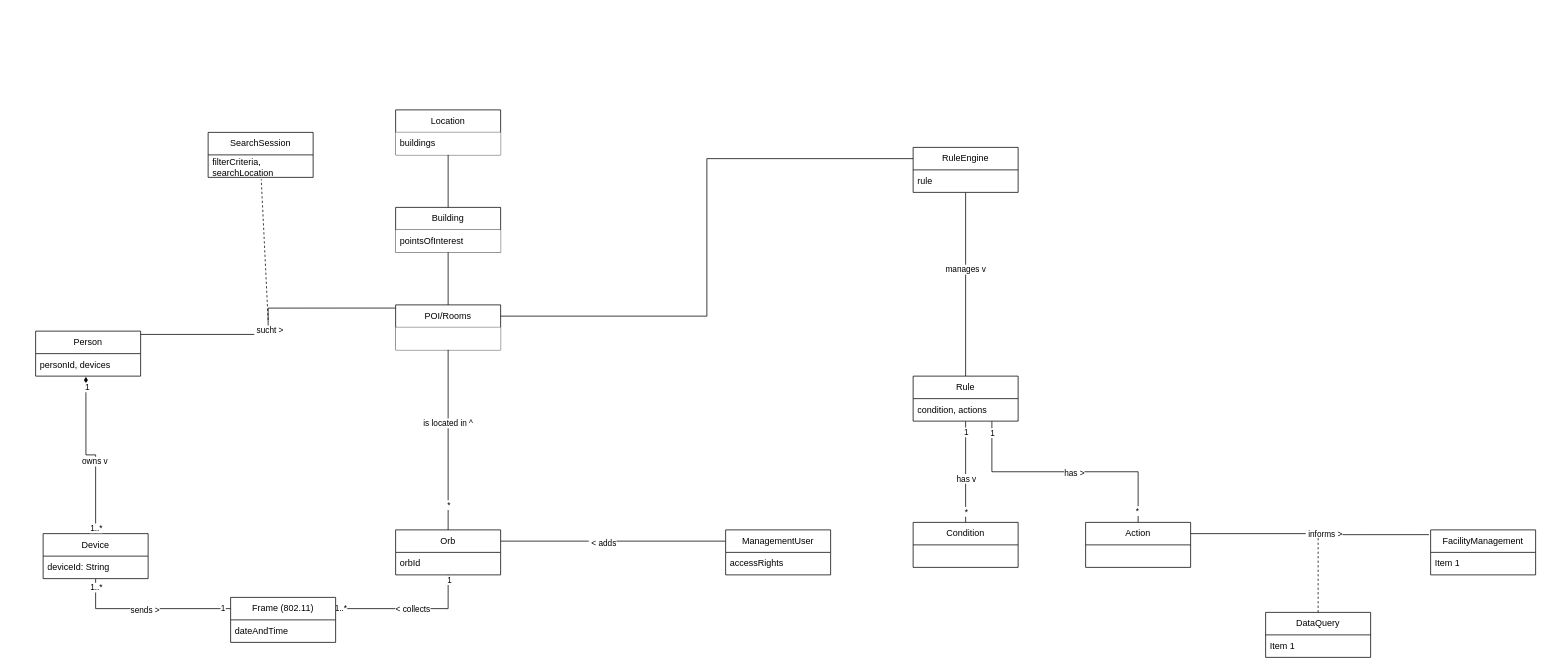
The draw.io diagram PM3_domain_model.drawio in phyllomenous/PM3_DomainModel, before the edit. Source tidied: cells renumbered, new cells numbered last; positions are measured from the earlier drawing's top-left corner, leaving out a move shared by most shapes. Both pictures are drawn from the tidied source at 75%, with x=0, y=0 at pixel (35, 110).
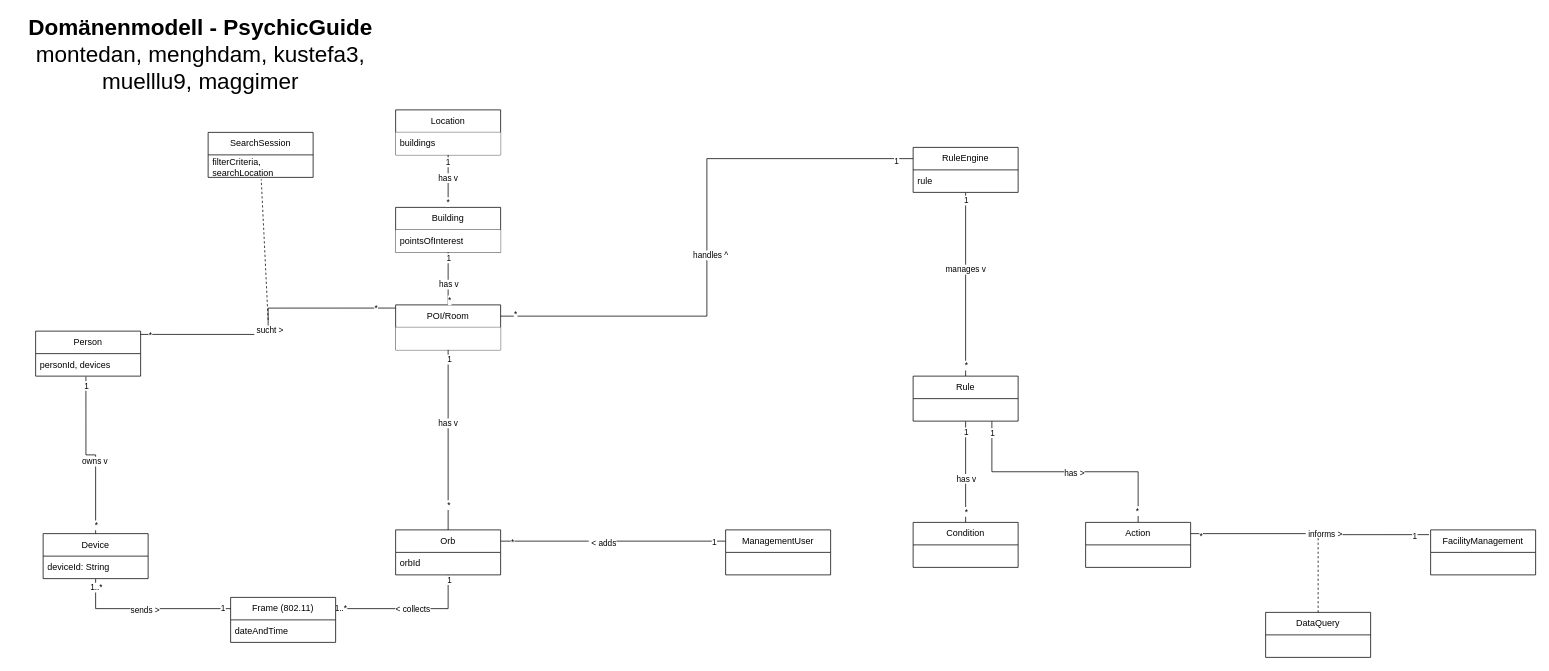
Above is the later version.

Unchanged cells that the change refers to:
```xml
<mxCell id="2" style="edgeStyle=orthogonalEdgeStyle;rounded=0;jettySize=auto;html=1;exitX=0;exitY=0.25;exitDx=0;exitDy=0;entryX=1;entryY=0.25;entryDx=0;entryDy=0;endArrow=none;endFill=0;" parent="1" edge="1" source="40" target="16">
  <mxGeometry relative="1" as="geometry" />
</mxCell>
<mxCell id="4" style="edgeStyle=orthogonalEdgeStyle;rounded=0;jettySize=auto;html=1;exitX=0.993;exitY=0.073;exitDx=0;exitDy=0;entryX=0.001;entryY=0.071;entryDx=0;entryDy=0;entryPerimeter=0;endArrow=none;endFill=0;exitPerimeter=0;" parent="1" edge="1" source="28" target="10">
  <mxGeometry relative="1" as="geometry" />
</mxCell>
<mxCell id="18" style="edgeStyle=orthogonalEdgeStyle;rounded=0;jettySize=auto;html=1;exitX=0.5;exitY=0;exitDx=0;exitDy=0;endArrow=none;endFill=0;" parent="1" edge="1" source="8" target="6">
  <mxGeometry relative="1" as="geometry" />
</mxCell>
<mxCell id="19" style="edgeStyle=orthogonalEdgeStyle;rounded=0;jettySize=auto;html=1;exitX=0.5;exitY=0;exitDx=0;exitDy=0;endArrow=none;endFill=0;" parent="1" edge="1" source="10" target="8">
  <mxGeometry relative="1" as="geometry" />
</mxCell>
<mxCell id="20" style="edgeStyle=orthogonalEdgeStyle;rounded=0;jettySize=auto;html=1;exitX=0.5;exitY=0;exitDx=0;exitDy=0;endArrow=none;endFill=0;" parent="1" edge="1" source="16" target="10">
  <mxGeometry relative="1" as="geometry" />
</mxCell>
<mxCell id="29" value="personId, devices" style="text;strokeColor=none;fillColor=none;align=left;verticalAlign=middle;spacingLeft=4;spacingRight=4;overflow=hidden;points=[[0,0.5],[1,0.5]];portConstraint=eastwest;whiteSpace=wrap;html=1;" parent="28" vertex="1">
  <mxGeometry y="30" width="140" height="30" as="geometry" />
</mxCell>
<mxCell id="34" value="Device" style="swimlane;fontStyle=0;horizontal=1;startSize=30;whiteSpace=wrap;html=1;swimlaneFillColor=default;" parent="1" vertex="1">
  <mxGeometry x="10" y="565" width="140" height="60" as="geometry" />
</mxCell>
<mxCell id="40" value="ManagementUser" style="swimlane;fontStyle=0;horizontal=1;startSize=30;whiteSpace=wrap;html=1;swimlaneFillColor=default;" parent="1" vertex="1">
  <mxGeometry x="920" y="560" width="140" height="60" as="geometry" />
</mxCell>
<mxCell id="42" style="edgeStyle=orthogonalEdgeStyle;rounded=0;jettySize=auto;html=1;exitX=0.5;exitY=1;exitDx=0;exitDy=0;entryX=0.5;entryY=0;entryDx=0;entryDy=0;endArrow=none;endFill=0;" parent="1" edge="1" source="46" target="56">
  <mxGeometry relative="1" as="geometry" />
</mxCell>
<mxCell id="44" style="edgeStyle=orthogonalEdgeStyle;rounded=0;jettySize=auto;html=1;exitX=1;exitY=0.25;exitDx=0;exitDy=0;entryX=-0.015;entryY=0.106;entryDx=0;entryDy=0;entryPerimeter=0;endArrow=none;endFill=0;" parent="1" edge="1" source="65" target="58">
  <mxGeometry relative="1" as="geometry" />
</mxCell>
<mxCell id="56" value="Rule" style="swimlane;fontStyle=0;horizontal=1;startSize=30;whiteSpace=wrap;html=1;swimlaneFillColor=default;" parent="1" vertex="1">
  <mxGeometry x="1170" y="355" width="140" height="60" as="geometry" />
</mxCell>
<mxCell id="58" value="FacilityManagement" style="swimlane;fontStyle=0;horizontal=1;startSize=30;whiteSpace=wrap;html=1;swimlaneFillColor=default;" parent="1" vertex="1">
  <mxGeometry x="1860" y="560" width="140" height="60" as="geometry" />
</mxCell>
<mxCell id="60" value="DataQuery" style="swimlane;fontStyle=0;horizontal=1;startSize=30;whiteSpace=wrap;html=1;swimlaneFillColor=default;" parent="1" vertex="1">
  <mxGeometry x="1640" y="670" width="140" height="60" as="geometry" />
</mxCell>
<mxCell id="63" style="edgeStyle=orthogonalEdgeStyle;rounded=0;jettySize=auto;html=1;exitX=1;exitY=0.25;exitDx=0;exitDy=0;entryX=0;entryY=0.25;entryDx=0;entryDy=0;endArrow=none;endFill=0;" parent="1" edge="1" source="10" target="46">
  <mxGeometry relative="1" as="geometry" />
</mxCell>
```

Diff of the diagram source:
```diff
@@
+    <mxCell id="66" value="*" style="edgeLabel;html=1;align=center;verticalAlign=middle;" parent="2" vertex="1">
+      <mxGeometry x="0.9" relative="1" as="geometry" />
+    </mxCell>
+    <mxCell id="67" value="1" style="edgeLabel;html=1;align=center;verticalAlign=middle;" parent="2" vertex="1">
+      <mxGeometry x="-0.89" relative="1" as="geometry" />
+    </mxCell>
@@
+    <mxCell id="68" value="*" style="edgeLabel;html=1;align=center;verticalAlign=middle;" parent="4" vertex="1">
+      <mxGeometry x="0.86" relative="1" as="geometry" />
+    </mxCell>
+    <mxCell id="69" value="*" style="edgeLabel;html=1;align=center;verticalAlign=middle;" parent="4" vertex="1">
+      <mxGeometry x="-0.93" y="-1" relative="1" as="geometry" />
+    </mxCell>
@@
-    <mxCell id="10" value="POI/Rooms" style="swimlane;fontStyle=0;horizontal=1;startSize=30;whiteSpace=wrap;html=1;swimlaneFillColor=default;" parent="1" vertex="1">
+    <mxCell id="10" value="POI/Room" style="swimlane;fontStyle=0;horizontal=1;startSize=30;whiteSpace=wrap;html=1;swimlaneFillColor=default;" parent="1" vertex="1">
       <mxGeometry x="480" y="260" width="140" height="60" as="geometry" />
     </mxCell>
@@
+    <mxCell id="70" value="has v" style="edgeLabel;html=1;align=center;verticalAlign=middle;" parent="18" vertex="1">
+      <mxGeometry x="0.14" y="1" relative="1" as="geometry" />
+    </mxCell>
+    <mxCell id="71" value="*" style="edgeLabel;html=1;align=center;verticalAlign=middle;" parent="18" vertex="1">
+      <mxGeometry x="-0.78" y="1" relative="1" as="geometry" />
+    </mxCell>
+    <mxCell id="72" value="1" style="edgeLabel;html=1;align=center;verticalAlign=middle;" parent="18" vertex="1">
+      <mxGeometry x="0.75" y="1" relative="1" as="geometry" />
+    </mxCell>
@@
+    <mxCell id="73" value="has v" style="edgeLabel;html=1;align=center;verticalAlign=middle;" parent="19" vertex="1">
+      <mxGeometry x="-0.19" relative="1" as="geometry" />
+    </mxCell>
+    <mxCell id="74" value="*" style="edgeLabel;html=1;align=center;verticalAlign=middle;" parent="19" vertex="1">
+      <mxGeometry x="-0.79" y="-1" relative="1" as="geometry" />
+    </mxCell>
+    <mxCell id="75" value="1" style="edgeLabel;html=1;align=center;verticalAlign=middle;" parent="19" vertex="1">
+      <mxGeometry x="0.8" relative="1" as="geometry" />
+    </mxCell>
@@
-    <mxCell id="21" value="is located in ^" style="edgeLabel;html=1;align=center;verticalAlign=middle;" parent="20" vertex="1">
+    <mxCell id="21" value="has v" style="edgeLabel;html=1;align=center;verticalAlign=middle;" parent="20" vertex="1">
       <mxGeometry x="0.19" y="1" relative="1" as="geometry" />
     </mxCell>
@@
+    <mxCell id="76" value="1" style="edgeLabel;html=1;align=center;verticalAlign=middle;" parent="20" vertex="1">
+      <mxGeometry x="0.9" y="-1" relative="1" as="geometry" />
+    </mxCell>
@@
-    <mxCell id="36" style="edgeStyle=orthogonalEdgeStyle;rounded=0;jettySize=auto;html=1;exitX=0.5;exitY=0;exitDx=0;exitDy=0;endArrow=diamondThin;endFill=1;entryX=0.479;entryY=1.028;entryDx=0;entryDy=0;entryPerimeter=0;" parent="1" edge="1" source="34" target="29">
+    <mxCell id="36" style="edgeStyle=orthogonalEdgeStyle;rounded=0;jettySize=auto;html=1;exitX=0.5;exitY=0;exitDx=0;exitDy=0;endArrow=none;endFill=0;entryX=0.479;entryY=1.028;entryDx=0;entryDy=0;entryPerimeter=0;" parent="1" edge="1" source="34" target="29">
       <mxGeometry relative="1" as="geometry" />
     </mxCell>
@@
-    <mxCell id="38" value="1" style="edgeLabel;html=1;align=center;verticalAlign=middle;" parent="36" vertex="1">
-      <mxGeometry x="0.87" y="-1" relative="1" as="geometry" />
-    </mxCell>
-    <mxCell id="39" value="1..*" style="edgeLabel;html=1;align=center;verticalAlign=middle;" parent="36" vertex="1">
-      <mxGeometry x="-0.93" relative="1" as="geometry" />
-    </mxCell>
+    <mxCell id="77" value="*" style="edgeLabel;html=1;align=center;verticalAlign=middle;" parent="36" vertex="1">
+      <mxGeometry x="-0.89" relative="1" as="geometry" />
+    </mxCell>
+    <mxCell id="78" value="1" style="edgeLabel;html=1;align=center;verticalAlign=middle;" parent="36" vertex="1">
+      <mxGeometry x="0.89" relative="1" as="geometry" />
+    </mxCell>
@@
-    <mxCell id="41" value="accessRights" style="text;strokeColor=none;fillColor=none;align=left;verticalAlign=middle;spacingLeft=4;spacingRight=4;overflow=hidden;whiteSpace=wrap;html=1;" parent="40" vertex="1">
-      <mxGeometry y="30" width="140" height="30" as="geometry" />
-    </mxCell>
@@
+    <mxCell id="79" value="*" style="edgeLabel;html=1;align=center;verticalAlign=middle;" parent="42" vertex="1">
+      <mxGeometry x="0.88" relative="1" as="geometry" />
+    </mxCell>
+    <mxCell id="80" value="1" style="edgeLabel;html=1;align=center;verticalAlign=middle;" parent="42" vertex="1">
+      <mxGeometry x="-0.92" relative="1" as="geometry" />
+    </mxCell>
@@
+    <mxCell id="81" value="1" style="edgeLabel;html=1;align=center;verticalAlign=middle;" parent="44" vertex="1">
+      <mxGeometry x="0.88" y="-1" relative="1" as="geometry" />
+    </mxCell>
+    <mxCell id="82" value="*" style="edgeLabel;html=1;align=center;verticalAlign=middle;" parent="44" vertex="1">
+      <mxGeometry x="-0.92" y="-2" relative="1" as="geometry" />
+    </mxCell>
@@
-    <mxCell id="57" value="condition, actions" style="text;strokeColor=none;fillColor=none;align=left;verticalAlign=middle;spacingLeft=4;spacingRight=4;overflow=hidden;whiteSpace=wrap;html=1;" parent="56" vertex="1">
-      <mxGeometry y="30" width="140" height="30" as="geometry" />
-    </mxCell>
@@
-    <mxCell id="59" value="Item 1" style="text;strokeColor=none;fillColor=none;align=left;verticalAlign=middle;spacingLeft=4;spacingRight=4;overflow=hidden;whiteSpace=wrap;html=1;" parent="58" vertex="1">
-      <mxGeometry y="30" width="140" height="30" as="geometry" />
-    </mxCell>
@@
-    <mxCell id="61" value="Item 1" style="text;strokeColor=none;fillColor=none;align=left;verticalAlign=middle;spacingLeft=4;spacingRight=4;overflow=hidden;whiteSpace=wrap;html=1;" parent="60" vertex="1">
-      <mxGeometry y="30" width="140" height="30" as="geometry" />
-    </mxCell>
@@
+    <mxCell id="83" value="handles ^" style="edgeLabel;html=1;align=center;verticalAlign=middle;" parent="63" vertex="1">
+      <mxGeometry x="-0.06" y="-4" relative="1" as="geometry" />
+    </mxCell>
+    <mxCell id="84" value="*" style="edgeLabel;html=1;align=center;verticalAlign=middle;" parent="63" vertex="1">
+      <mxGeometry x="-0.95" y="3" relative="1" as="geometry" />
+    </mxCell>
+    <mxCell id="85" value="1" style="edgeLabel;html=1;align=center;verticalAlign=middle;" parent="63" vertex="1">
+      <mxGeometry x="0.94" y="-3" relative="1" as="geometry" />
+    </mxCell>
@@
+    <mxCell id="86" value="&lt;div style=&quot;font-size: 30px;&quot;&gt;&lt;font style=&quot;font-size: 30px;&quot;&gt;&lt;b&gt;Domänenmodell - PsychicGuide&lt;/b&gt;&lt;br&gt;&lt;/font&gt;&lt;/div&gt;&lt;div style=&quot;font-size: 30px;&quot;&gt;&lt;font style=&quot;font-size: 30px;&quot;&gt;montedan, menghdam, kustefa3, muelllu9, maggimer&lt;br&gt;&lt;/font&gt;&lt;/div&gt;" style="text;html=1;strokeColor=none;fillColor=none;align=center;verticalAlign=middle;whiteSpace=wrap;rounded=0;" parent="1" vertex="1">
+      <mxGeometry x="-30" y="-90" width="500" height="30" as="geometry" />
+    </mxCell>
```
